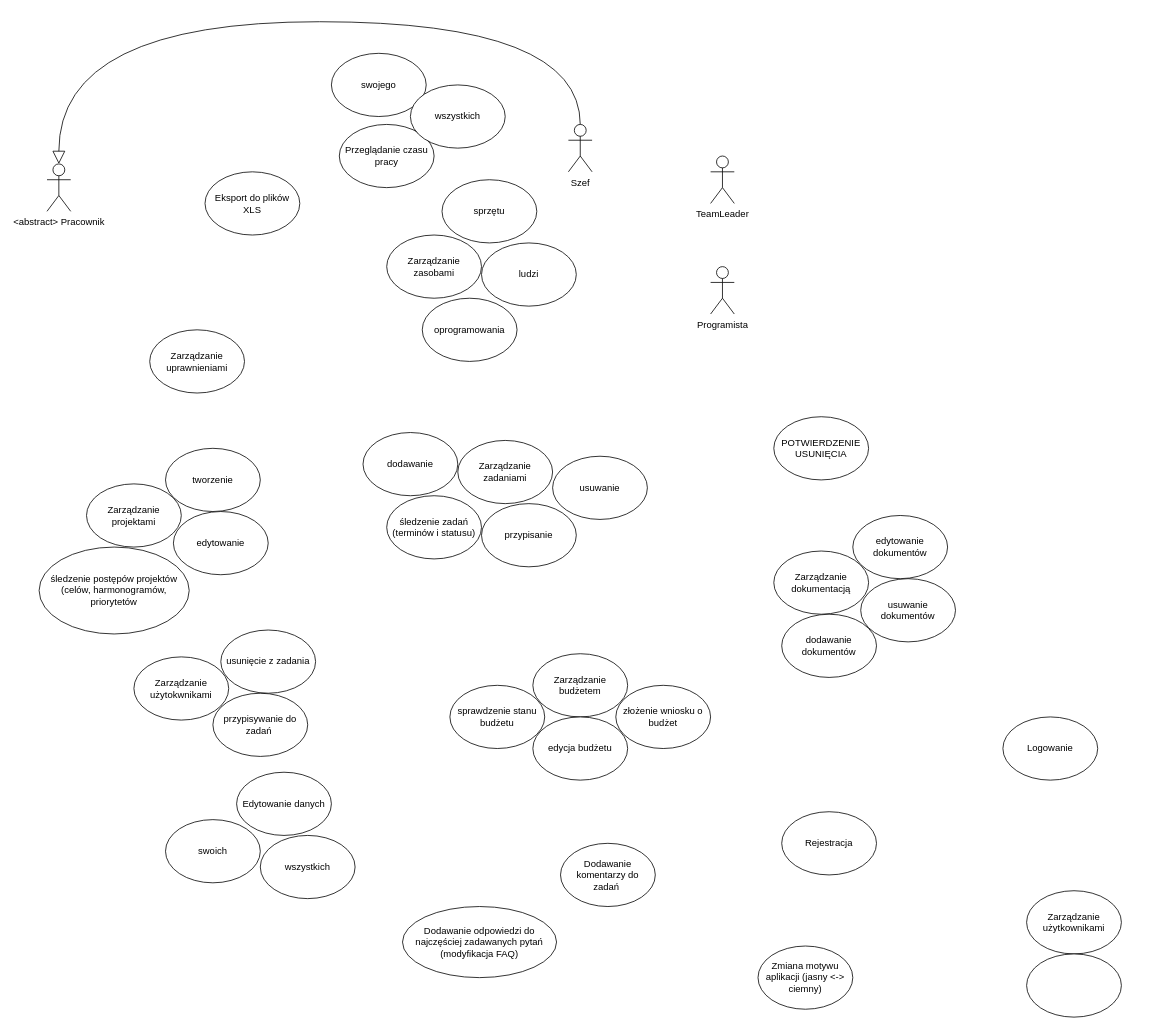
Before: Przypadki_użycia_projekt_io.drawio in Dziecky/UML, a draw.io diagram. Source tidied: cells renumbered, new cells numbered last; positions are measured from the earlier drawing's top-left corner, leaving out a move shared by most shapes. Both pictures are drawn from the tidied source at 79%, with x=0, y=0 at pixel (39, 21).
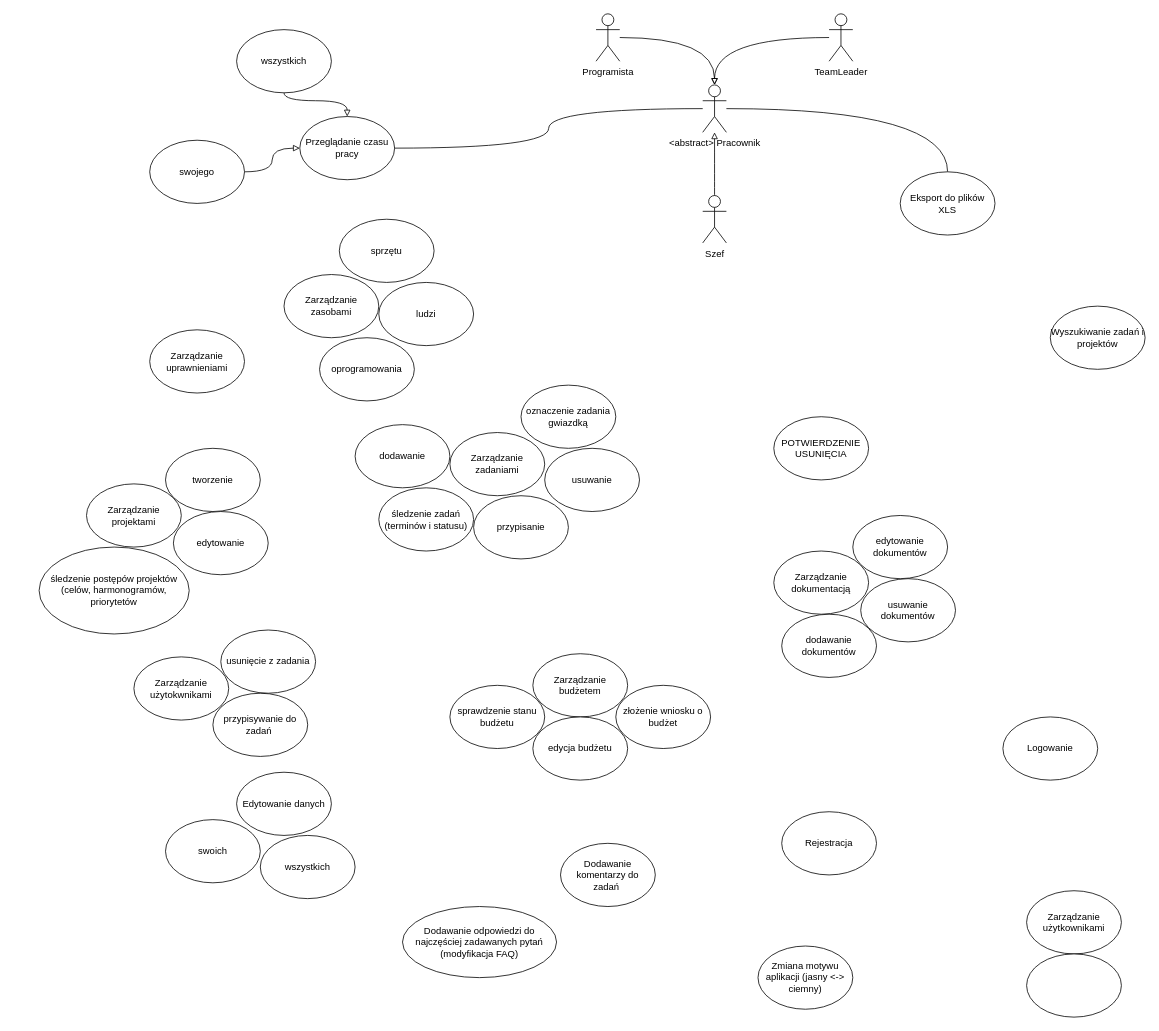
Above is the later version.

What changed in the source:
```diff
@@
+    <mxCell id="52" style="edgeStyle=orthogonalEdgeStyle;curved=1;rounded=0;jettySize=auto;html=1;strokeColor=default;align=center;verticalAlign=middle;fontFamily=Helvetica;fontSize=11;fontColor=default;labelBackgroundColor=default;endArrow=none;endFill=0;" parent="1" edge="1" source="2" target="4">
+      <mxGeometry relative="1" as="geometry" />
+    </mxCell>
+    <mxCell id="53" style="edgeStyle=orthogonalEdgeStyle;curved=1;rounded=0;jettySize=auto;html=1;strokeColor=default;align=center;verticalAlign=middle;fontFamily=Helvetica;fontSize=11;fontColor=default;labelBackgroundColor=default;endArrow=none;endFill=0;" parent="1" edge="1" source="2" target="9">
+      <mxGeometry relative="1" as="geometry" />
+    </mxCell>
     <mxCell id="2" value="&amp;lt;abstract&amp;gt; Pracownik" style="shape=umlActor;verticalLabelPosition=bottom;verticalAlign=top;html=1;outlineConnect=0;" parent="1" vertex="1">
-      <mxGeometry x="10" y="180" width="30" height="60" as="geometry" />
+      <mxGeometry x="840" y="80" width="30" height="60" as="geometry" />
     </mxCell>
-    <mxCell id="3" style="edgeStyle=orthogonalEdgeStyle;rounded=0;jettySize=auto;html=1;endArrow=block;endFill=0;endSize=14;curved=1;exitX=0.5;exitY=0;exitDx=0;exitDy=0;exitPerimeter=0;entryX=0.5;entryY=0;entryDx=0;entryDy=0;entryPerimeter=0;" parent="1" edge="1" source="5" target="2">
-      <mxGeometry relative="1" as="geometry">
-        <Array as="points">
-          <mxPoint x="685" />
-          <mxPoint x="25" />
-        </Array>
-      </mxGeometry>
-    </mxCell>
     <mxCell id="4" value="Eksport do plików XLS" style="ellipse;whiteSpace=wrap;html=1;" parent="1" vertex="1">
-      <mxGeometry x="210" y="190" width="120" height="80" as="geometry" />
+      <mxGeometry x="1090" y="190" width="120" height="80" as="geometry" />
     </mxCell>
     <mxCell id="5" value="Szef" style="shape=umlActor;verticalLabelPosition=bottom;verticalAlign=top;html=1;outlineConnect=0;" parent="1" vertex="1">
-      <mxGeometry x="670" y="130" width="30" height="60" as="geometry" />
+      <mxGeometry x="840" y="220" width="30" height="60" as="geometry" />
     </mxCell>
     <mxCell id="6" value="TeamLeader" style="shape=umlActor;verticalLabelPosition=bottom;verticalAlign=top;html=1;outlineConnect=0;" parent="1" vertex="1">
-      <mxGeometry x="850" y="170" width="30" height="60" as="geometry" />
+      <mxGeometry x="1000" y="-10" width="30" height="60" as="geometry" />
     </mxCell>
     <mxCell id="7" value="Programista" style="shape=umlActor;verticalLabelPosition=bottom;verticalAlign=top;html=1;outlineConnect=0;" parent="1" vertex="1">
-      <mxGeometry x="850" y="310" width="30" height="60" as="geometry" />
+      <mxGeometry x="705" y="-10" width="30" height="60" as="geometry" />
     </mxCell>
-    <mxCell id="8" style="group;" parent="1" vertex="1">
-      <mxGeometry x="370" y="40" width="220" height="170" as="geometry" />
-    </mxCell>
-    <mxCell id="9" value="Przeglądanie czasu pracy" style="ellipse;whiteSpace=wrap;html=1;" parent="8" vertex="1">
-      <mxGeometry x="10" y="90" width="120" height="80" as="geometry" />
-    </mxCell>
-    <mxCell id="10" value="swojego" style="ellipse;whiteSpace=wrap;html=1;" parent="8" vertex="1">
-      <mxGeometry width="120" height="80" as="geometry" />
-    </mxCell>
-    <mxCell id="11" value="wszystkich" style="ellipse;whiteSpace=wrap;html=1;" parent="8" vertex="1">
-      <mxGeometry x="100" y="40" width="120" height="80" as="geometry" />
-    </mxCell>
     <mxCell id="12" style="group;" parent="1" vertex="1">
-      <mxGeometry x="440" y="200" width="240" height="230" as="geometry" />
+      <mxGeometry x="310" y="250" width="240" height="230" as="geometry" />
     </mxCell>
@@
     <mxCell id="17" style="group;" parent="1" vertex="1">
-      <mxGeometry x="410" y="520" width="410" height="210" as="geometry" />
+      <mxGeometry x="400" y="510" width="410" height="210" as="geometry" />
     </mxCell>
@@
+    <mxCell id="54" value="oznaczenie zadania gwiazdką" style="ellipse;whiteSpace=wrap;html=1;" parent="1" vertex="1">
+      <mxGeometry x="610" y="460" width="120" height="80" as="geometry" />
+    </mxCell>
+    <mxCell id="55" value="Wyszukiwanie zadań i projektów" style="ellipse;whiteSpace=wrap;html=1;" parent="1" vertex="1">
+      <mxGeometry x="1280" y="360" width="120" height="80" as="geometry" />
+    </mxCell>
+    <mxCell id="3" style="edgeStyle=orthogonalEdgeStyle;rounded=0;jettySize=auto;html=1;curved=1;endArrow=block;endFill=0;" parent="1" edge="1" source="5" target="2">
+      <mxGeometry relative="1" as="geometry" />
+    </mxCell>
+    <mxCell id="56" style="edgeStyle=orthogonalEdgeStyle;curved=1;rounded=0;jettySize=auto;html=1;strokeColor=default;align=center;verticalAlign=middle;fontFamily=Helvetica;fontSize=11;fontColor=default;labelBackgroundColor=default;endArrow=block;endFill=0;" parent="1" edge="1" source="6" target="2">
+      <mxGeometry relative="1" as="geometry" />
+    </mxCell>
+    <mxCell id="57" style="edgeStyle=orthogonalEdgeStyle;curved=1;rounded=0;jettySize=auto;html=1;strokeColor=default;align=center;verticalAlign=middle;fontFamily=Helvetica;fontSize=11;fontColor=default;labelBackgroundColor=default;endArrow=block;endFill=0;" parent="1" edge="1" source="7" target="2">
+      <mxGeometry relative="1" as="geometry" />
+    </mxCell>
+    <mxCell id="58" style="edgeStyle=orthogonalEdgeStyle;curved=1;rounded=0;jettySize=auto;html=1;strokeColor=default;align=center;verticalAlign=middle;fontFamily=Helvetica;fontSize=11;fontColor=default;labelBackgroundColor=default;endArrow=none;endFill=0;startArrow=block;startFill=0;" parent="1" edge="1" source="9" target="11">
+      <mxGeometry relative="1" as="geometry" />
+    </mxCell>
+    <mxCell id="9" value="Przeglądanie czasu pracy" style="ellipse;whiteSpace=wrap;html=1;" parent="1" vertex="1">
+      <mxGeometry x="330" y="120" width="120" height="80" as="geometry" />
+    </mxCell>
+    <mxCell id="59" style="edgeStyle=orthogonalEdgeStyle;curved=1;rounded=0;jettySize=auto;html=1;strokeColor=default;align=center;verticalAlign=middle;fontFamily=Helvetica;fontSize=11;fontColor=default;labelBackgroundColor=default;endArrow=block;endFill=0;" parent="1" edge="1" source="10" target="9">
+      <mxGeometry relative="1" as="geometry" />
+    </mxCell>
+    <mxCell id="10" value="swojego" style="ellipse;whiteSpace=wrap;html=1;" parent="1" vertex="1">
+      <mxGeometry x="140" y="150" width="120" height="80" as="geometry" />
+    </mxCell>
+    <mxCell id="11" value="wszystkich" style="ellipse;whiteSpace=wrap;html=1;" parent="1" vertex="1">
+      <mxGeometry x="250" y="10" width="120" height="80" as="geometry" />
+    </mxCell>
```
